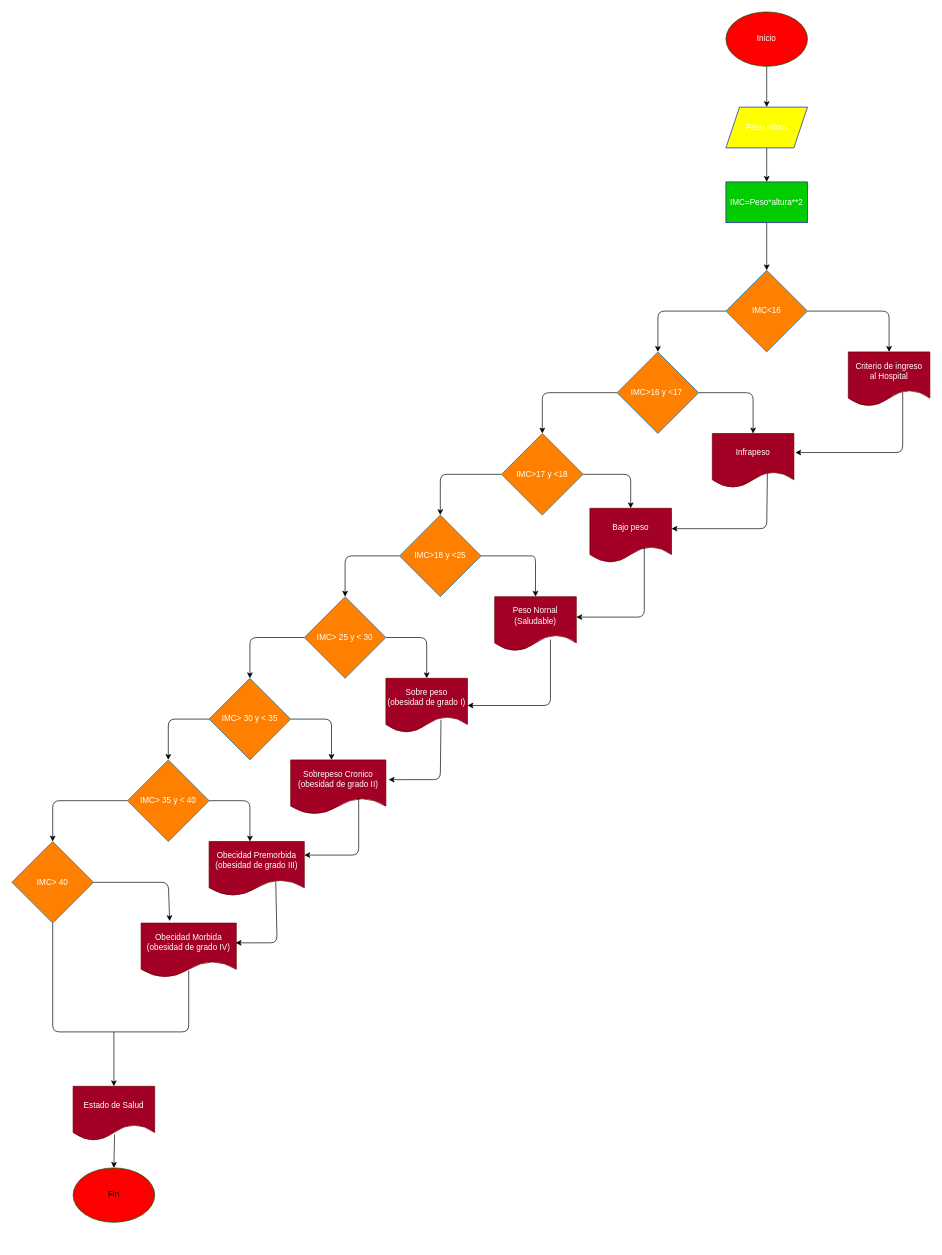
The draw.io diagram Ejercicio4/diagrama.drawio in DANIELSistems/Taller_Condicionales, before the edit. Source tidied: cells renumbered, new cells numbered last; positions are measured from the earlier drawing's top-left corner, leaving out a move shared by most shapes. Both pictures are drawn from the tidied source at 68%, with x=0, y=0 at pixel (12, 12).
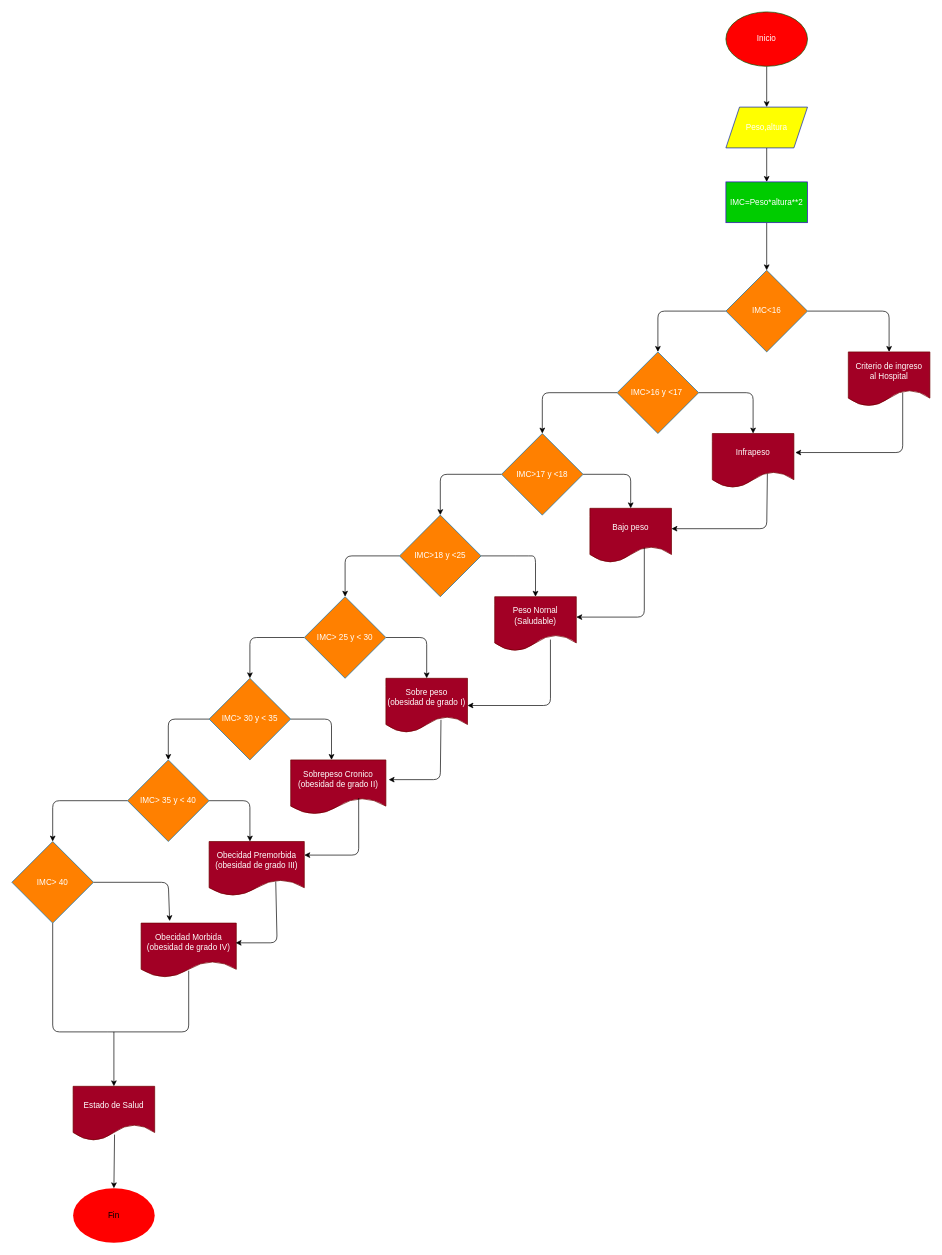
Above is the later version.

Change to the diagram source:
```diff
@@
-    <mxCell id="43" value="&lt;font color=&quot;#000000&quot;&gt;Fin&lt;/font&gt;" style="ellipse;whiteSpace=wrap;html=1;fillColor=#FF0000;fontColor=#ffffff;strokeColor=#005700;" parent="1" vertex="1">
-      <mxGeometry x="90" y="1700" width="120" height="80" as="geometry" />
+    <mxCell id="43" value="&lt;font color=&quot;#000000&quot;&gt;Fin&lt;/font&gt;" style="ellipse;whiteSpace=wrap;html=1;fillColor=#FF0000;fontColor=#ffffff;strokeColor=none;" parent="1" vertex="1">
+      <mxGeometry x="90" y="1730" width="120" height="80" as="geometry" />
     </mxCell>
```
